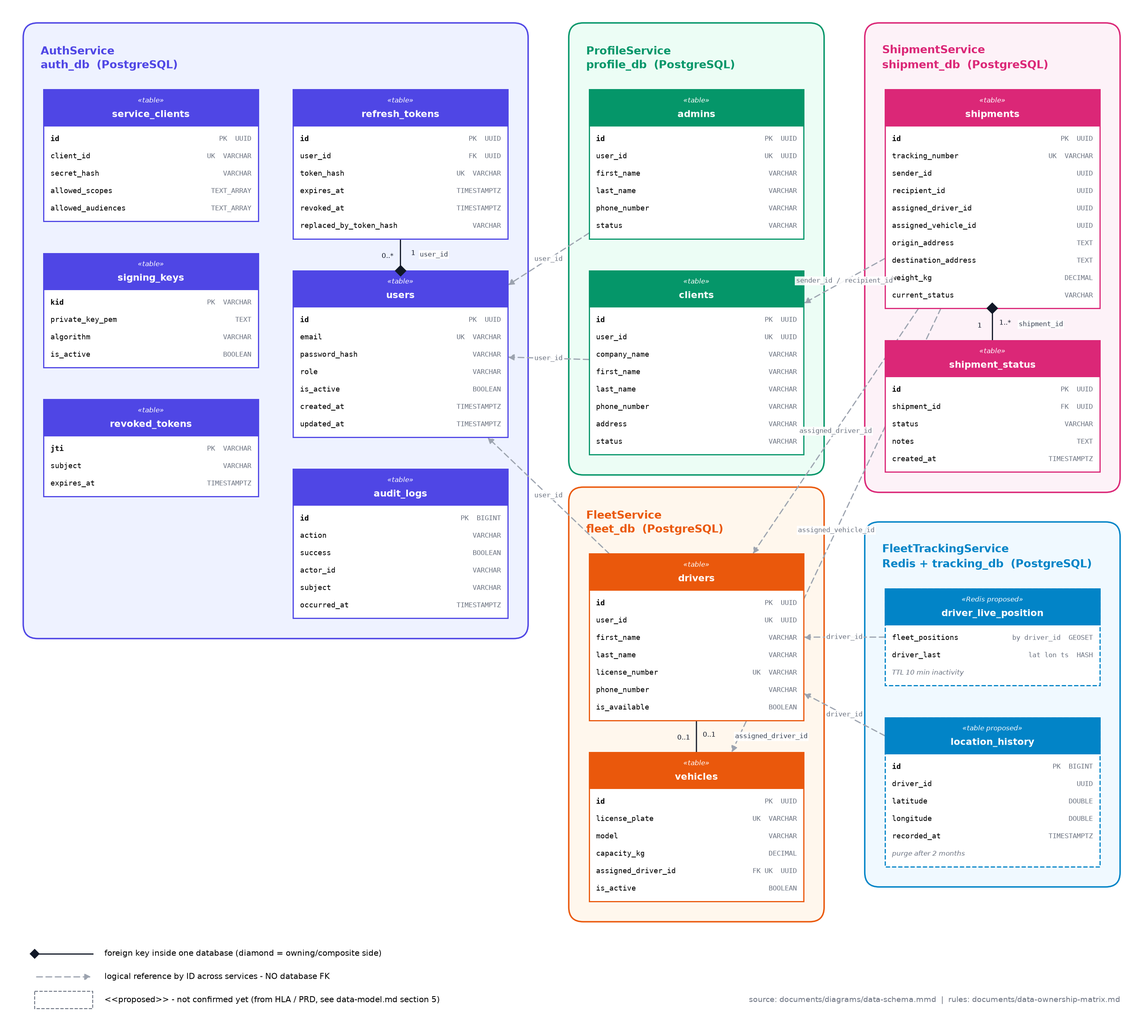
Before: documents/diagrams/data-schema.png, a diagram exported from Mermaid (RyanAmmarKhodja/last-mile). Its source is kept beside it as documents/diagrams/data-schema.mmd.
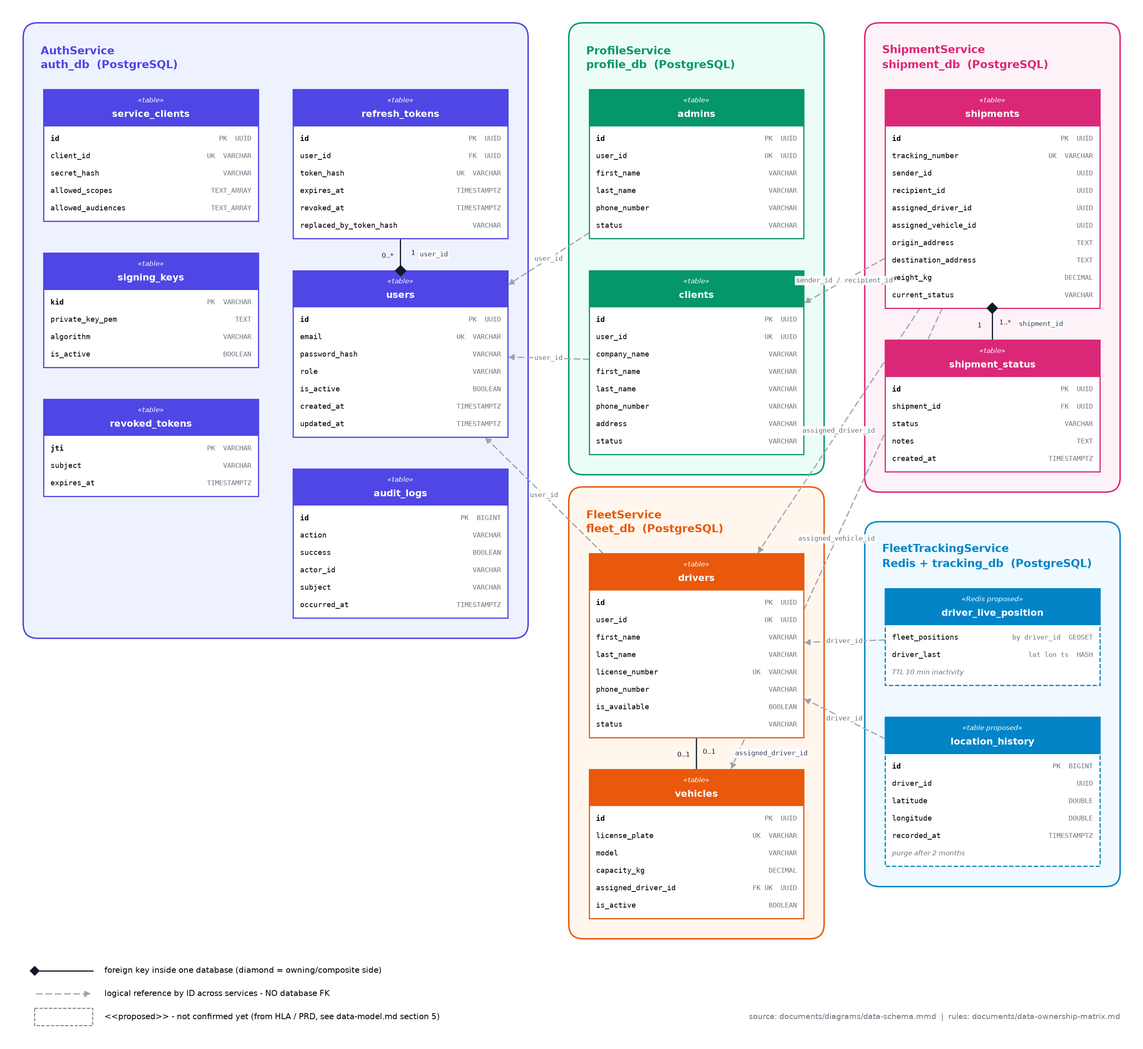
After the commit.

Change to the diagram source:
```diff
@@ -89,6 +89,7 @@
             VARCHAR license_number UK
             VARCHAR phone_number
             BOOLEAN is_available
+            VARCHAR status
         }
         class vehicles {
             <<table>>
```
